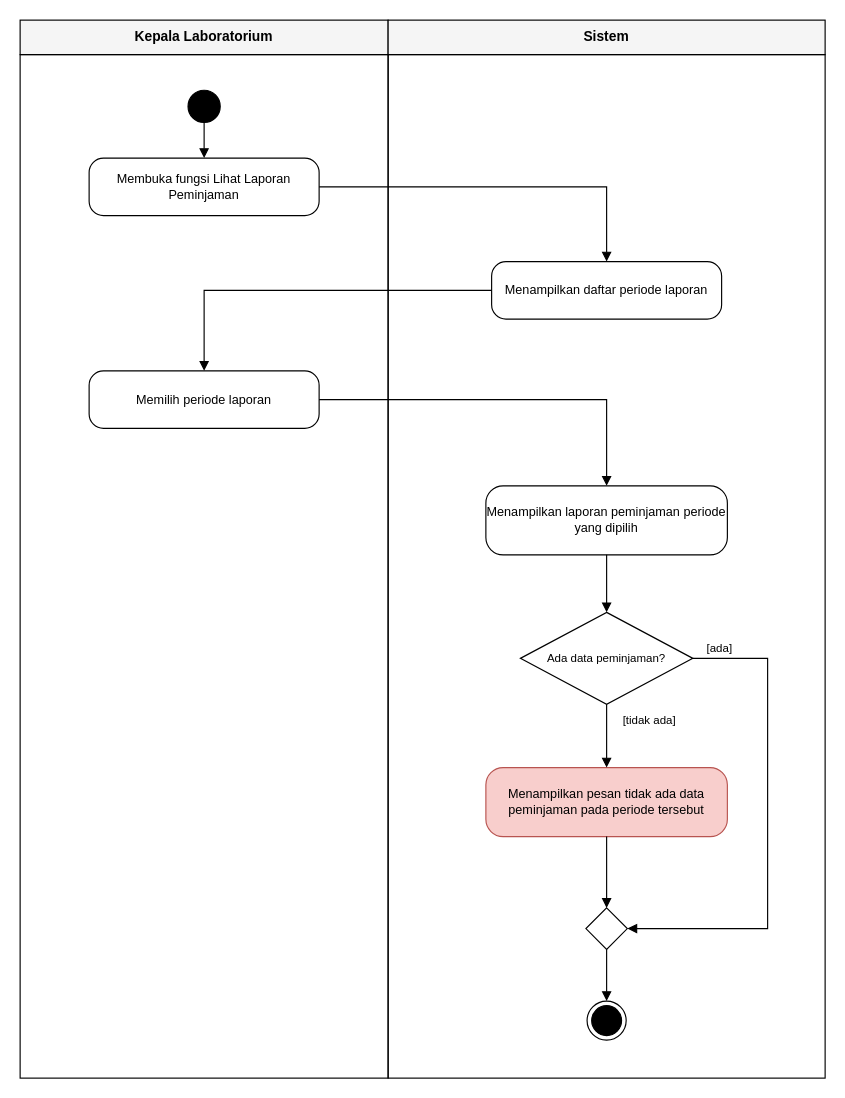
Before: 04_model_analisis/P06/LAB/P06_2406002_LAB_activity_laporan_v01.drawio in MuhammadYusufFaturahman-55/IFRWP5149_2406002_LabAlat, a draw.io diagram. Source tidied: cells renumbered, new cells numbered last; positions are measured from the earlier drawing's top-left corner, leaving out a move shared by most shapes. Both pictures are drawn from the tidied source at 115%, with x=0, y=0 at pixel (20, 20).
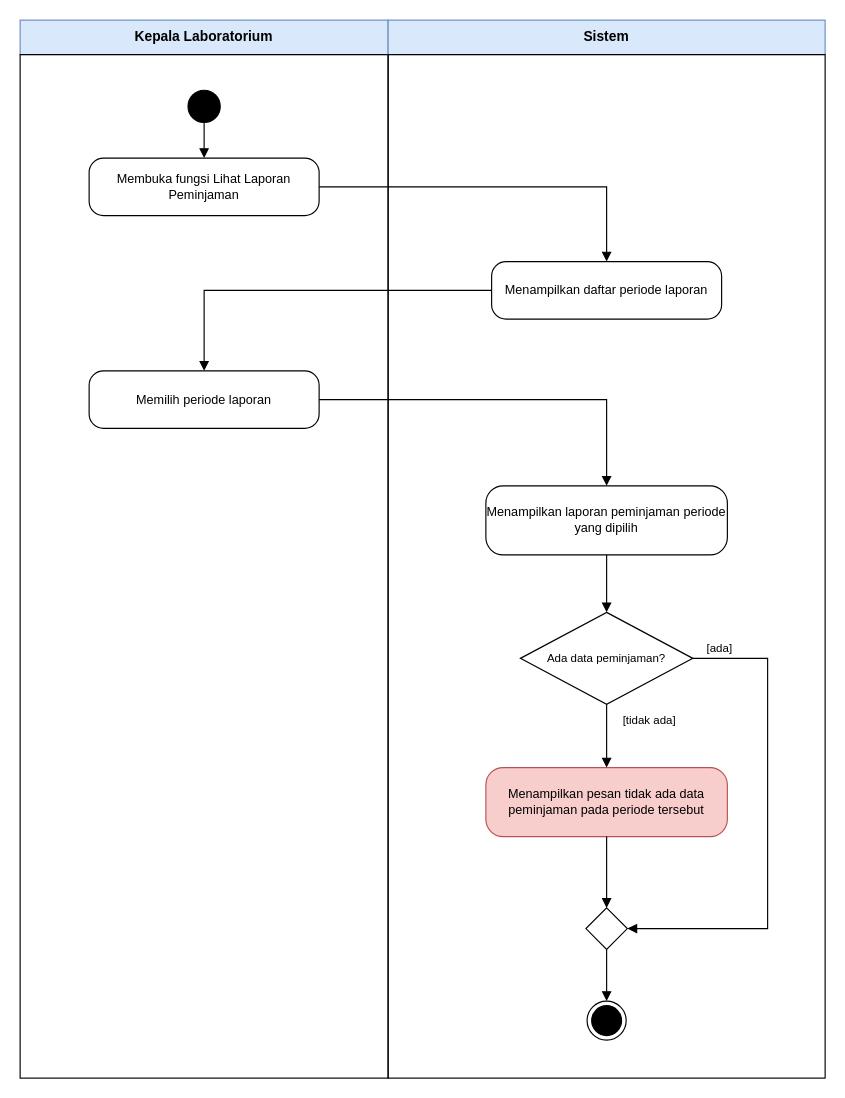
After the change.

What changed in the source:
```diff
@@
-    <mxCell id="2" value="Kepala Laboratorium" style="rounded=0;whiteSpace=wrap;html=1;fillColor=#f5f5f5;strokeColor=#000000;fontStyle=1;fontSize=12;" parent="1" vertex="1">
+    <mxCell id="2" value="Kepala Laboratorium" style="rounded=0;whiteSpace=wrap;html=1;fillColor=#dae8fc;strokeColor=#6c8ebf;fontStyle=1;fontSize=12;" parent="1" vertex="1">
       <mxGeometry width="320" height="30" as="geometry" />
     </mxCell>
@@
-    <mxCell id="4" value="Sistem" style="rounded=0;whiteSpace=wrap;html=1;fillColor=#f5f5f5;strokeColor=#000000;fontStyle=1;fontSize=12;" parent="1" vertex="1">
+    <mxCell id="4" value="Sistem" style="rounded=0;whiteSpace=wrap;html=1;fillColor=#dae8fc;strokeColor=#6c8ebf;fontStyle=1;fontSize=12;" parent="1" vertex="1">
       <mxGeometry x="320" width="380" height="30" as="geometry" />
     </mxCell>
```
